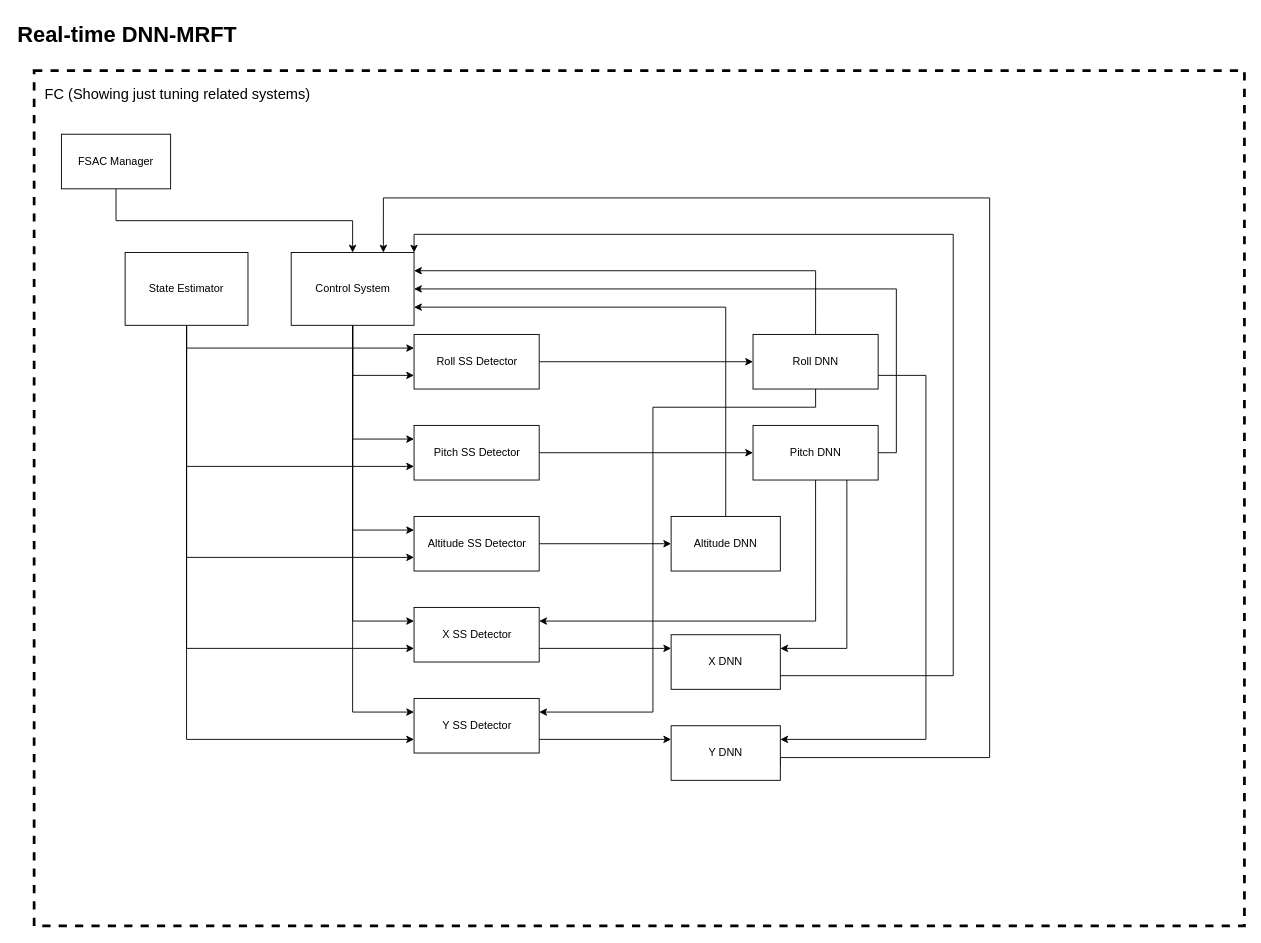
Earlier version of the draw.io diagram Guide/HEAR Software/Identification/Real-time DNN-MRFT.drawio (DroneLeaf/HEAR_wiki). Source tidied: cells renumbered, new cells numbered last; positions are measured from the earlier drawing's top-left corner, leaving out a move shared by most shapes. Both pictures are drawn from the tidied source at 91%, with x=0, y=0 at pixel (15, 15).
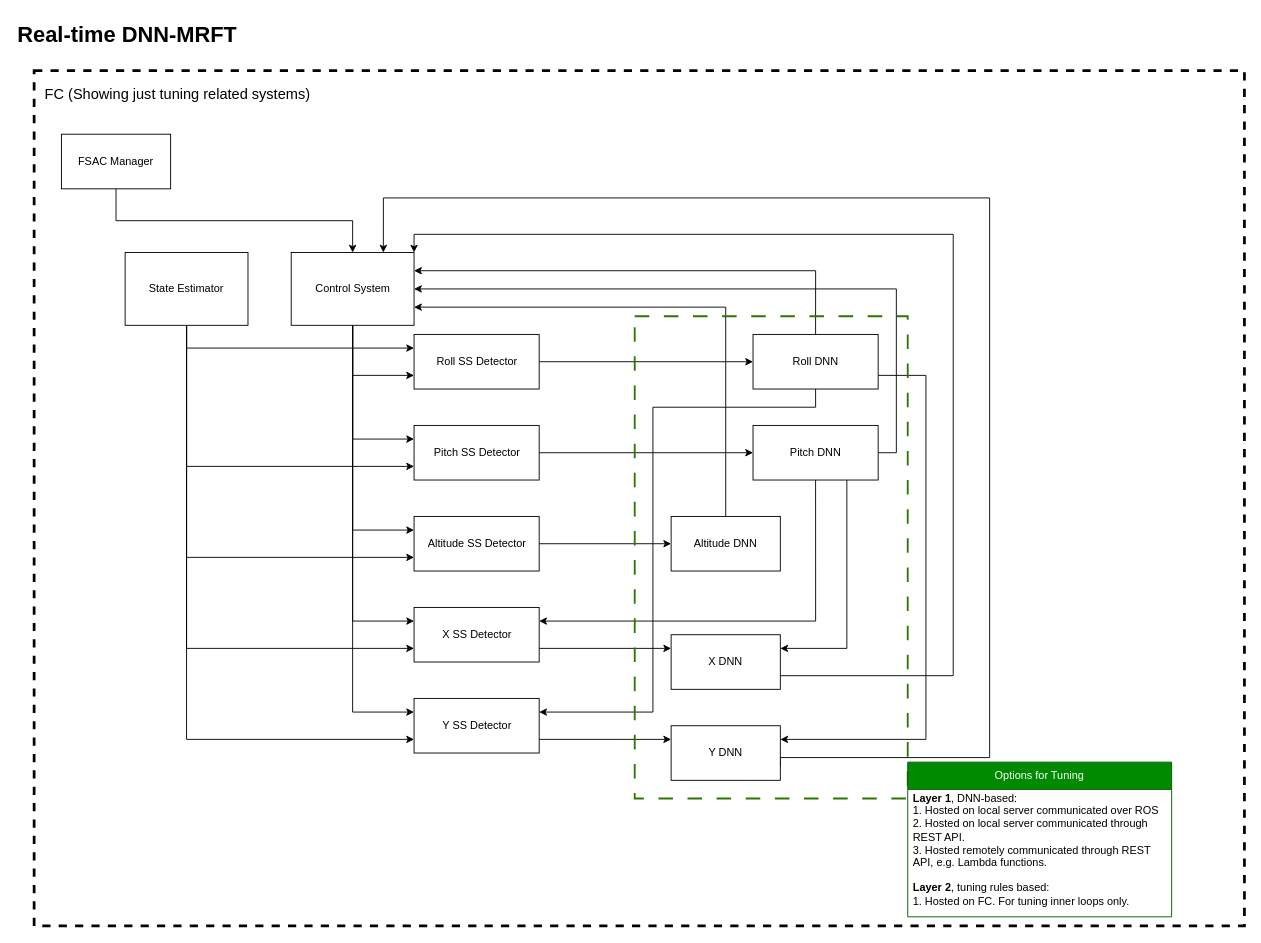
The same page after the edit.

What changed in the source:
```diff
@@
+    <mxCell id="43" style="rounded=0;whiteSpace=wrap;html=1;fillColor=none;dashed=1;dashPattern=8 8;fontColor=#ffffff;strokeColor=#2D7600;strokeWidth=2;" parent="1" vertex="1">
+      <mxGeometry x="680" y="330" width="300" height="530" as="geometry" />
+    </mxCell>
+    <mxCell id="44" value="Options for Tuning" style="swimlane;fontStyle=0;horizontal=1;startSize=30;whiteSpace=wrap;html=1;fillColor=#008a00;fontColor=#ffffff;strokeColor=#005700;" parent="1" vertex="1">
+      <mxGeometry x="980" y="820" width="290" height="170" as="geometry" />
+    </mxCell>
+    <mxCell id="45" value="&lt;b&gt;Layer 1&lt;/b&gt;, DNN-based:&lt;div&gt;1. Hosted on local server communicated over ROS&lt;/div&gt;&lt;div&gt;2. Hosted&amp;nbsp;on local server communicated through REST API.&lt;/div&gt;&lt;div&gt;3. Hosted&amp;nbsp;remotely communicated through REST API, e.g. Lambda functions.&lt;/div&gt;" style="text;strokeColor=none;fillColor=none;align=left;verticalAlign=middle;spacingLeft=4;spacingRight=4;overflow=hidden;whiteSpace=wrap;html=1;" parent="44" vertex="1">
+      <mxGeometry y="30" width="290" height="90" as="geometry" />
+    </mxCell>
+    <mxCell id="46" value="&lt;b&gt;Layer 2&lt;/b&gt;, tuning rules based:&lt;div&gt;1. Hosted on FC. For tuning inner loops only.&lt;/div&gt;" style="text;strokeColor=none;fillColor=none;align=left;verticalAlign=middle;spacingLeft=4;spacingRight=4;overflow=hidden;whiteSpace=wrap;html=1;" parent="44" vertex="1">
+      <mxGeometry y="120" width="290" height="50" as="geometry" />
+    </mxCell>
```
